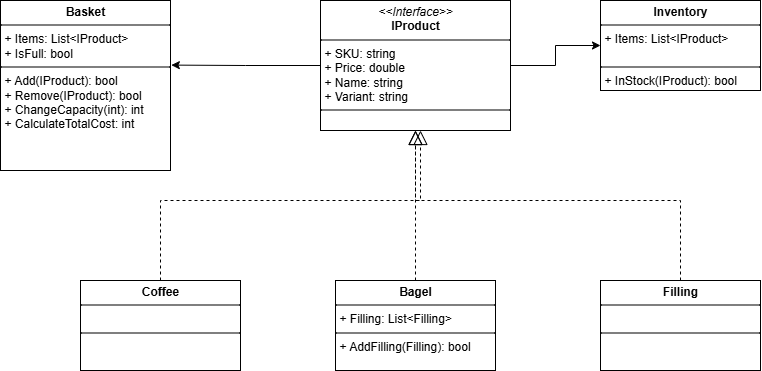
The draw.io diagram diagram/bobs-bagels.drawio.png in hansjhaland/csharp-tdd-oop-bobs-bagels, before a commit. Source tidied: cells renumbered, new cells last; positions are measured from the earlier drawing's top-left corner, leaving out a move shared by most shapes. Its diagram source:
```xml
<mxGraphModel>
  <root>
    <mxCell id="0" />
    <mxCell id="1" parent="0" />
    <mxCell id="2" style="edgeStyle=orthogonalEdgeStyle;rounded=0;jettySize=auto;html=1;" parent="1" edge="1" source="3" target="5">
      <mxGeometry relative="1" as="geometry" />
    </mxCell>
    <mxCell id="3" value="&lt;p style=&quot;margin:0px;margin-top:4px;text-align:center;&quot;&gt;&lt;i&gt;&amp;lt;&amp;lt;Interface&amp;gt;&amp;gt;&lt;/i&gt;&lt;br&gt;&lt;b&gt;IProduct&lt;/b&gt;&lt;/p&gt;&lt;hr size=&quot;1&quot; style=&quot;border-style:solid;&quot;&gt;&lt;p style=&quot;margin:0px;margin-left:4px;&quot;&gt;+ SKU: string&lt;br&gt;+ Price: double&lt;/p&gt;&lt;p style=&quot;margin:0px;margin-left:4px;&quot;&gt;+ Name: string&lt;/p&gt;&lt;p style=&quot;margin:0px;margin-left:4px;&quot;&gt;+ Variant: string&lt;/p&gt;&lt;hr size=&quot;1&quot; style=&quot;border-style:solid;&quot;&gt;&lt;p style=&quot;margin:0px;margin-left:4px;&quot;&gt;&lt;br&gt;&lt;/p&gt;" style="verticalAlign=top;align=left;overflow=fill;html=1;whiteSpace=wrap;" parent="1" vertex="1">
      <mxGeometry x="320" width="190" height="130" as="geometry" />
    </mxCell>
    <mxCell id="4" value="&lt;p style=&quot;margin:0px;margin-top:4px;text-align:center;&quot;&gt;&lt;b&gt;Basket&lt;/b&gt;&lt;/p&gt;&lt;hr size=&quot;1&quot; style=&quot;border-style:solid;&quot;&gt;&lt;p style=&quot;margin:0px;margin-left:4px;&quot;&gt;+ Items: List&amp;lt;IProduct&amp;gt;&lt;/p&gt;&lt;p style=&quot;margin:0px;margin-left:4px;&quot;&gt;+ IsFull: bool&lt;/p&gt;&lt;hr size=&quot;1&quot; style=&quot;border-style:solid;&quot;&gt;&lt;p style=&quot;margin:0px;margin-left:4px;&quot;&gt;+ Add(IProduct): bool&lt;/p&gt;&lt;p style=&quot;margin:0px;margin-left:4px;&quot;&gt;+ Remove(IProduct): bool&lt;/p&gt;&lt;p style=&quot;margin:0px;margin-left:4px;&quot;&gt;+ ChangeCapacity(int): int&lt;/p&gt;&lt;p style=&quot;margin:0px;margin-left:4px;&quot;&gt;+ CalculateTotalCost: int&lt;/p&gt;" style="verticalAlign=top;align=left;overflow=fill;html=1;whiteSpace=wrap;" parent="1" vertex="1">
      <mxGeometry width="170" height="170" as="geometry" />
    </mxCell>
    <mxCell id="5" value="&lt;p style=&quot;margin:0px;margin-top:4px;text-align:center;&quot;&gt;&lt;b&gt;Inventory&lt;/b&gt;&lt;/p&gt;&lt;hr size=&quot;1&quot; style=&quot;border-style:solid;&quot;&gt;&lt;p style=&quot;margin:0px;margin-left:4px;&quot;&gt;+ Items: List&amp;lt;IProduct&amp;gt;&lt;/p&gt;&lt;p style=&quot;margin:0px;margin-left:4px;&quot;&gt;&lt;br&gt;&lt;/p&gt;&lt;hr size=&quot;1&quot; style=&quot;border-style:solid;&quot;&gt;&lt;p style=&quot;margin:0px;margin-left:4px;&quot;&gt;+ InStock(IProduct): bool&lt;/p&gt;" style="verticalAlign=top;align=left;overflow=fill;html=1;whiteSpace=wrap;" parent="1" vertex="1">
      <mxGeometry x="600" width="160" height="90" as="geometry" />
    </mxCell>
    <mxCell id="6" value="&lt;p style=&quot;margin:0px;margin-top:4px;text-align:center;&quot;&gt;&lt;b&gt;Coffee&lt;/b&gt;&lt;/p&gt;&lt;hr size=&quot;1&quot; style=&quot;border-style:solid;&quot;&gt;&lt;p style=&quot;margin:0px;margin-left:4px;&quot;&gt;&lt;br&gt;&lt;/p&gt;&lt;hr size=&quot;1&quot; style=&quot;border-style:solid;&quot;&gt;&lt;p style=&quot;margin:0px;margin-left:4px;&quot;&gt;&lt;br&gt;&lt;/p&gt;" style="verticalAlign=top;align=left;overflow=fill;html=1;whiteSpace=wrap;" parent="1" vertex="1">
      <mxGeometry x="80" y="280" width="160" height="90" as="geometry" />
    </mxCell>
    <mxCell id="7" value="&lt;p style=&quot;margin:0px;margin-top:4px;text-align:center;&quot;&gt;&lt;b&gt;Filling&lt;/b&gt;&lt;/p&gt;&lt;hr size=&quot;1&quot; style=&quot;border-style:solid;&quot;&gt;&lt;p style=&quot;margin:0px;margin-left:4px;&quot;&gt;&lt;br&gt;&lt;/p&gt;&lt;hr size=&quot;1&quot; style=&quot;border-style:solid;&quot;&gt;&lt;p style=&quot;margin:0px;margin-left:4px;&quot;&gt;&lt;br&gt;&lt;/p&gt;" style="verticalAlign=top;align=left;overflow=fill;html=1;whiteSpace=wrap;" parent="1" vertex="1">
      <mxGeometry x="600" y="280" width="160" height="90" as="geometry" />
    </mxCell>
    <mxCell id="8" value="&lt;p style=&quot;margin:0px;margin-top:4px;text-align:center;&quot;&gt;&lt;b&gt;Bagel&lt;/b&gt;&lt;/p&gt;&lt;hr size=&quot;1&quot; style=&quot;border-style:solid;&quot;&gt;&lt;p style=&quot;margin:0px;margin-left:4px;&quot;&gt;+ Filling: List&amp;lt;Filling&amp;gt;&lt;/p&gt;&lt;hr size=&quot;1&quot; style=&quot;border-style:solid;&quot;&gt;&lt;p style=&quot;margin:0px;margin-left:4px;&quot;&gt;+ AddFilling(Filling): bool&lt;/p&gt;" style="verticalAlign=top;align=left;overflow=fill;html=1;whiteSpace=wrap;" parent="1" vertex="1">
      <mxGeometry x="335" y="280" width="160" height="90" as="geometry" />
    </mxCell>
    <mxCell id="9" style="edgeStyle=orthogonalEdgeStyle;rounded=0;orthogonalLoop=1;jettySize=auto;html=1;exitX=0.5;exitY=1;exitDx=0;exitDy=0;" parent="1" edge="1" source="4" target="4">
      <mxGeometry relative="1" as="geometry" />
    </mxCell>
    <mxCell id="10" style="edgeStyle=orthogonalEdgeStyle;rounded=0;orthogonalLoop=1;jettySize=auto;html=1;exitX=0.5;exitY=1;exitDx=0;exitDy=0;" parent="1" edge="1" source="4" target="4">
      <mxGeometry relative="1" as="geometry" />
    </mxCell>
    <mxCell id="11" style="endArrow=block;dashed=1;endFill=0;endSize=12;html=1;rounded=0;exitX=0.5;exitY=0;exitDx=0;exitDy=0;entryX=0.5;entryY=1;entryDx=0;entryDy=0;" parent="1" edge="1" source="8" target="3">
      <mxGeometry relative="1" as="geometry" />
    </mxCell>
    <mxCell id="12" style="endArrow=block;dashed=1;endFill=0;endSize=12;html=1;rounded=0;exitX=0.5;exitY=0;exitDx=0;exitDy=0;" parent="1" edge="1" source="6">
      <mxGeometry relative="1" as="geometry">
        <mxPoint x="420" y="130" as="targetPoint" />
        <Array as="points">
          <mxPoint x="160" y="200" />
          <mxPoint x="420" y="200" />
        </Array>
      </mxGeometry>
    </mxCell>
    <mxCell id="13" style="endArrow=block;dashed=1;endFill=0;endSize=12;html=1;rounded=0;exitX=0.5;exitY=0;exitDx=0;exitDy=0;entryX=0.5;entryY=1;entryDx=0;entryDy=0;" parent="1" edge="1" source="7" target="3">
      <mxGeometry relative="1" as="geometry">
        <Array as="points">
          <mxPoint x="680" y="200" />
          <mxPoint x="415" y="200" />
        </Array>
      </mxGeometry>
    </mxCell>
    <mxCell id="14" style="edgeStyle=orthogonalEdgeStyle;rounded=0;jettySize=auto;html=1;exitX=0;exitY=0.5;exitDx=0;exitDy=0;entryX=1.005;entryY=0.38;entryDx=0;entryDy=0;entryPerimeter=0;" parent="1" edge="1" source="3" target="4">
      <mxGeometry relative="1" as="geometry" />
    </mxCell>
  </root>
</mxGraphModel>
```
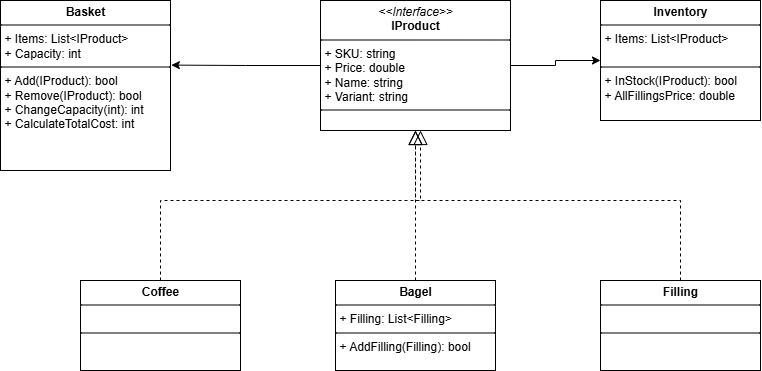
After the change.

Commit message:
Updates inventory block

Change to the diagram source:
```diff
@@ -8,11 +8,11 @@
     <mxCell id="3" value="&lt;p style=&quot;margin:0px;margin-top:4px;text-align:center;&quot;&gt;&lt;i&gt;&amp;lt;&amp;lt;Interface&amp;gt;&amp;gt;&lt;/i&gt;&lt;br&gt;&lt;b&gt;IProduct&lt;/b&gt;&lt;/p&gt;&lt;hr size=&quot;1&quot; style=&quot;border-style:solid;&quot;&gt;&lt;p style=&quot;margin:0px;margin-left:4px;&quot;&gt;+ SKU: string&lt;br&gt;+ Price: double&lt;/p&gt;&lt;p style=&quot;margin:0px;margin-left:4px;&quot;&gt;+ Name: string&lt;/p&gt;&lt;p style=&quot;margin:0px;margin-left:4px;&quot;&gt;+ Variant: string&lt;/p&gt;&lt;hr size=&quot;1&quot; style=&quot;border-style:solid;&quot;&gt;&lt;p style=&quot;margin:0px;margin-left:4px;&quot;&gt;&lt;br&gt;&lt;/p&gt;" style="verticalAlign=top;align=left;overflow=fill;html=1;whiteSpace=wrap;" parent="1" vertex="1">
       <mxGeometry x="320" width="190" height="130" as="geometry" />
     </mxCell>
-    <mxCell id="4" value="&lt;p style=&quot;margin:0px;margin-top:4px;text-align:center;&quot;&gt;&lt;b&gt;Basket&lt;/b&gt;&lt;/p&gt;&lt;hr size=&quot;1&quot; style=&quot;border-style:solid;&quot;&gt;&lt;p style=&quot;margin:0px;margin-left:4px;&quot;&gt;+ Items: List&amp;lt;IProduct&amp;gt;&lt;/p&gt;&lt;p style=&quot;margin:0px;margin-left:4px;&quot;&gt;+ IsFull: bool&lt;/p&gt;&lt;hr size=&quot;1&quot; style=&quot;border-style:solid;&quot;&gt;&lt;p style=&quot;margin:0px;margin-left:4px;&quot;&gt;+ Add(IProduct): bool&lt;/p&gt;&lt;p style=&quot;margin:0px;margin-left:4px;&quot;&gt;+ Remove(IProduct): bool&lt;/p&gt;&lt;p style=&quot;margin:0px;margin-left:4px;&quot;&gt;+ ChangeCapacity(int): int&lt;/p&gt;&lt;p style=&quot;margin:0px;margin-left:4px;&quot;&gt;+ CalculateTotalCost: int&lt;/p&gt;" style="verticalAlign=top;align=left;overflow=fill;html=1;whiteSpace=wrap;" parent="1" vertex="1">
+    <mxCell id="4" value="&lt;p style=&quot;margin:0px;margin-top:4px;text-align:center;&quot;&gt;&lt;b&gt;Basket&lt;/b&gt;&lt;/p&gt;&lt;hr size=&quot;1&quot; style=&quot;border-style:solid;&quot;&gt;&lt;p style=&quot;margin:0px;margin-left:4px;&quot;&gt;+ Items: List&amp;lt;IProduct&amp;gt;&lt;/p&gt;&lt;p style=&quot;margin:0px;margin-left:4px;&quot;&gt;+ Capacity: int&lt;/p&gt;&lt;hr size=&quot;1&quot; style=&quot;border-style:solid;&quot;&gt;&lt;p style=&quot;margin:0px;margin-left:4px;&quot;&gt;+ Add(IProduct): bool&lt;/p&gt;&lt;p style=&quot;margin:0px;margin-left:4px;&quot;&gt;+ Remove(IProduct): bool&lt;/p&gt;&lt;p style=&quot;margin:0px;margin-left:4px;&quot;&gt;+ ChangeCapacity(int): int&lt;/p&gt;&lt;p style=&quot;margin:0px;margin-left:4px;&quot;&gt;+ CalculateTotalCost: int&lt;/p&gt;" style="verticalAlign=top;align=left;overflow=fill;html=1;whiteSpace=wrap;" parent="1" vertex="1">
       <mxGeometry width="170" height="170" as="geometry" />
     </mxCell>
-    <mxCell id="5" value="&lt;p style=&quot;margin:0px;margin-top:4px;text-align:center;&quot;&gt;&lt;b&gt;Inventory&lt;/b&gt;&lt;/p&gt;&lt;hr size=&quot;1&quot; style=&quot;border-style:solid;&quot;&gt;&lt;p style=&quot;margin:0px;margin-left:4px;&quot;&gt;+ Items: List&amp;lt;IProduct&amp;gt;&lt;/p&gt;&lt;p style=&quot;margin:0px;margin-left:4px;&quot;&gt;&lt;br&gt;&lt;/p&gt;&lt;hr size=&quot;1&quot; style=&quot;border-style:solid;&quot;&gt;&lt;p style=&quot;margin:0px;margin-left:4px;&quot;&gt;+ InStock(IProduct): bool&lt;/p&gt;" style="verticalAlign=top;align=left;overflow=fill;html=1;whiteSpace=wrap;" parent="1" vertex="1">
-      <mxGeometry x="600" width="160" height="90" as="geometry" />
+    <mxCell id="5" value="&lt;p style=&quot;margin:0px;margin-top:4px;text-align:center;&quot;&gt;&lt;b&gt;Inventory&lt;/b&gt;&lt;/p&gt;&lt;hr size=&quot;1&quot; style=&quot;border-style:solid;&quot;&gt;&lt;p style=&quot;margin:0px;margin-left:4px;&quot;&gt;+ Items: List&amp;lt;IProduct&amp;gt;&lt;/p&gt;&lt;p style=&quot;margin:0px;margin-left:4px;&quot;&gt;&lt;br&gt;&lt;/p&gt;&lt;hr size=&quot;1&quot; style=&quot;border-style:solid;&quot;&gt;&lt;p style=&quot;margin:0px;margin-left:4px;&quot;&gt;+ InStock(IProduct): bool&lt;/p&gt;&lt;p style=&quot;margin:0px;margin-left:4px;&quot;&gt;+ AllFillingsPrice: double&lt;/p&gt;" style="verticalAlign=top;align=left;overflow=fill;html=1;whiteSpace=wrap;" parent="1" vertex="1">
+      <mxGeometry x="600" width="160" height="120" as="geometry" />
     </mxCell>
     <mxCell id="6" value="&lt;p style=&quot;margin:0px;margin-top:4px;text-align:center;&quot;&gt;&lt;b&gt;Coffee&lt;/b&gt;&lt;/p&gt;&lt;hr size=&quot;1&quot; style=&quot;border-style:solid;&quot;&gt;&lt;p style=&quot;margin:0px;margin-left:4px;&quot;&gt;&lt;br&gt;&lt;/p&gt;&lt;hr size=&quot;1&quot; style=&quot;border-style:solid;&quot;&gt;&lt;p style=&quot;margin:0px;margin-left:4px;&quot;&gt;&lt;br&gt;&lt;/p&gt;" style="verticalAlign=top;align=left;overflow=fill;html=1;whiteSpace=wrap;" parent="1" vertex="1">
       <mxGeometry x="80" y="280" width="160" height="90" as="geometry" />
```
